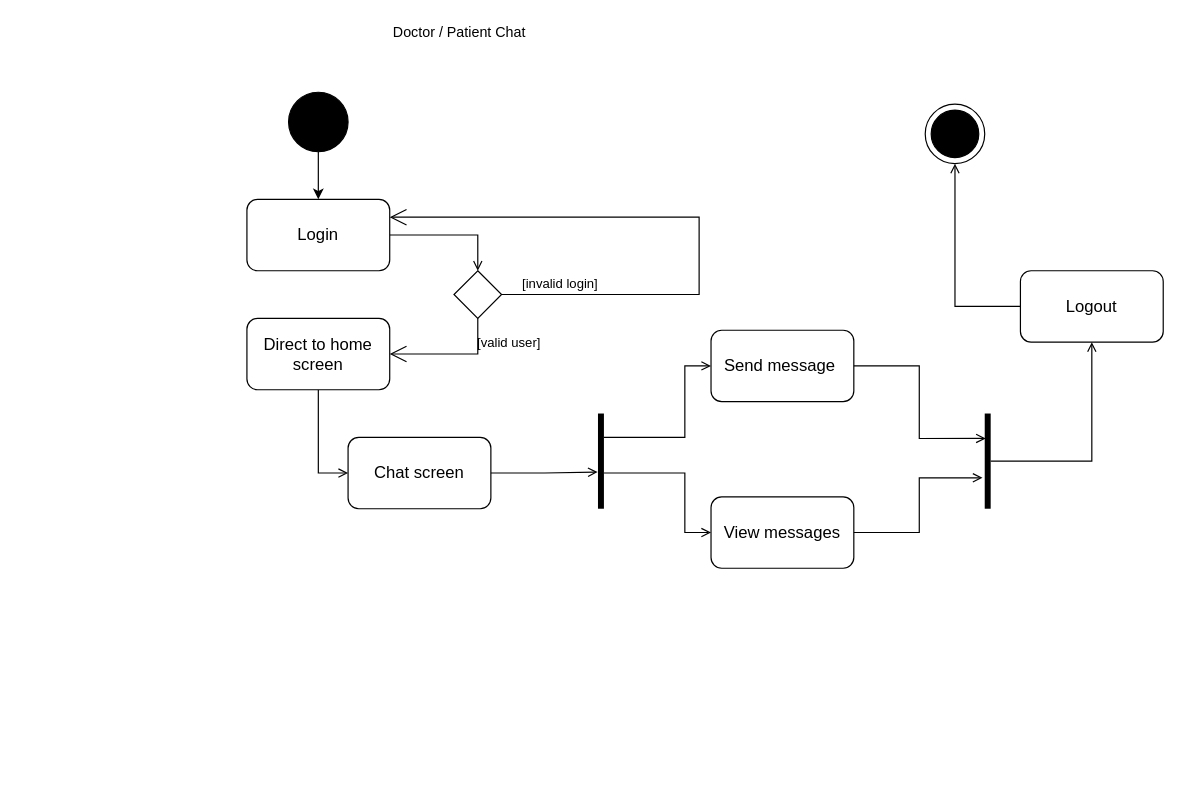
Above: page "activity diagram" (14 of 14) of stqa.drawio in MohitBurkule/doctorconnect (draw.io), before the change. Source tidied: cells renumbered, new cells numbered last; positions are measured from the earlier drawing's top-left corner, leaving out a move shared by most shapes. Both pictures are drawn from the tidied source at 119%, with x=0, y=0 at pixel (246, 20).
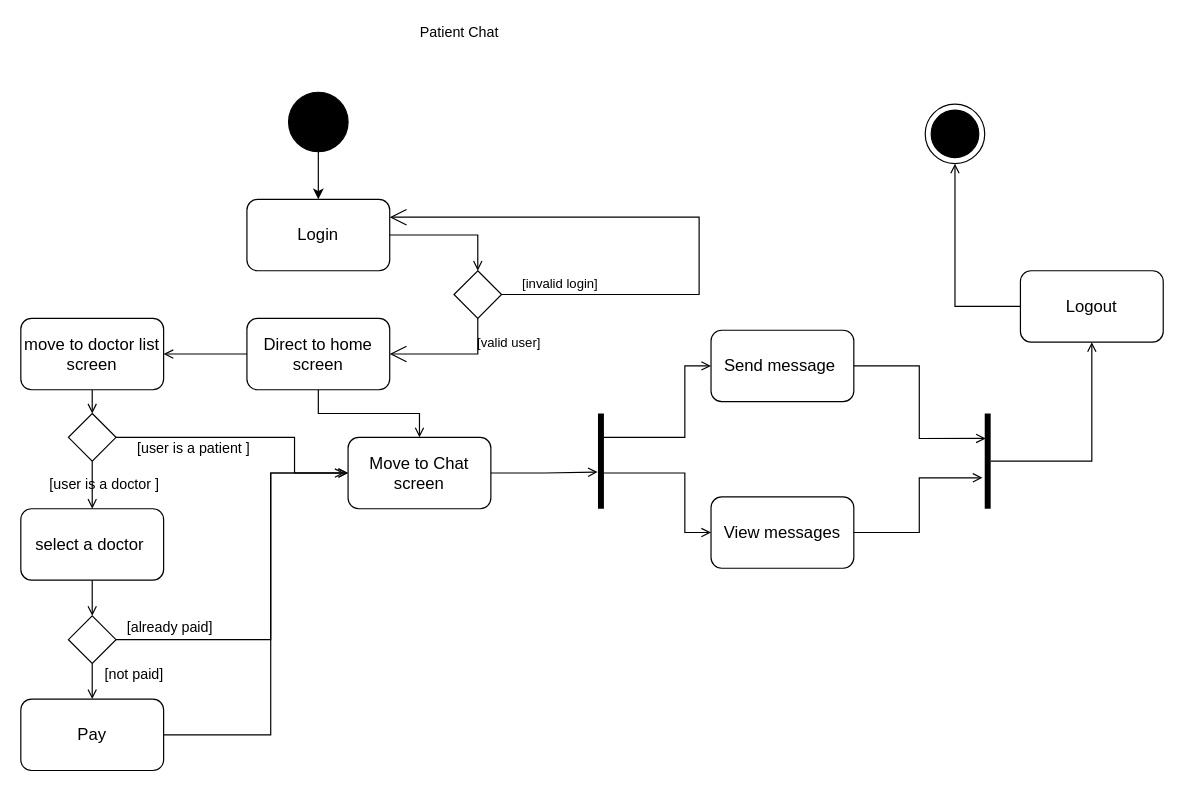
After the change.

The change refers to these unchanged cells:
```xml
<mxCell id="13" value="&lt;font style=&quot;font-size: 14px&quot;&gt;Direct to home screen&lt;/font&gt;" style="rounded=1;whiteSpace=wrap;html=1;" parent="1" vertex="1">
  <mxGeometry y="250" width="120" height="60" as="geometry" />
</mxCell>
```

The edit, as a diff of the source:
```diff
@@
+    <mxCell id="28" style="edgeStyle=orthogonalEdgeStyle;rounded=0;jettySize=auto;html=1;exitX=0;exitY=0.5;exitDx=0;exitDy=0;entryX=1;entryY=0.5;entryDx=0;entryDy=0;endArrow=open;endFill=0;" parent="1" edge="1" source="13" target="30">
+      <mxGeometry relative="1" as="geometry" />
+    </mxCell>
-    <mxCell id="12" style="edgeStyle=orthogonalEdgeStyle;rounded=0;jettySize=auto;html=1;exitX=0.5;exitY=1;exitDx=0;exitDy=0;entryX=0;entryY=0.5;entryDx=0;entryDy=0;endArrow=open;endFill=0;" parent="1" edge="1" source="13" target="14">
+    <mxCell id="12" style="edgeStyle=orthogonalEdgeStyle;rounded=0;jettySize=auto;html=1;exitX=0.5;exitY=1;exitDx=0;exitDy=0;entryX=0.5;entryY=0;entryDx=0;entryDy=0;endArrow=open;endFill=0;" parent="1" edge="1" source="13" target="14">
       <mxGeometry relative="1" as="geometry" />
     </mxCell>
@@
-    <mxCell id="14" value="&lt;font style=&quot;font-size: 14px&quot;&gt;Chat screen&lt;/font&gt;" style="rounded=1;whiteSpace=wrap;html=1;" parent="1" vertex="1">
+    <mxCell id="14" value="&lt;font style=&quot;font-size: 14px&quot;&gt;Move to Chat screen&lt;/font&gt;" style="rounded=1;whiteSpace=wrap;html=1;" parent="1" vertex="1">
       <mxGeometry x="85" y="350" width="120" height="60" as="geometry" />
     </mxCell>
@@
-    <mxCell id="27" value="Doctor / Patient Chat&amp;nbsp;" style="text;html=1;align=center;verticalAlign=middle;" parent="1" vertex="1">
-      <mxGeometry x="115" width="130" height="20" as="geometry" />
+    <mxCell id="27" value="Patient Chat&amp;nbsp;" style="text;html=1;align=center;verticalAlign=middle;" parent="1" vertex="1">
+      <mxGeometry x="140" width="80" height="20" as="geometry" />
     </mxCell>
+    <mxCell id="29" style="edgeStyle=orthogonalEdgeStyle;rounded=0;jettySize=auto;html=1;exitX=0.5;exitY=1;exitDx=0;exitDy=0;entryX=0.5;entryY=0;entryDx=0;entryDy=0;endArrow=open;endFill=0;" parent="1" edge="1" source="30" target="42">
+      <mxGeometry relative="1" as="geometry" />
+    </mxCell>
+    <mxCell id="30" value="&lt;font style=&quot;font-size: 14px&quot;&gt;move to doctor list screen&lt;/font&gt;" style="rounded=1;whiteSpace=wrap;html=1;" parent="1" vertex="1">
+      <mxGeometry x="-190" y="250" width="120" height="60" as="geometry" />
+    </mxCell>
+    <mxCell id="31" style="edgeStyle=orthogonalEdgeStyle;rounded=0;jettySize=auto;html=1;exitX=0.5;exitY=1;exitDx=0;exitDy=0;entryX=0.5;entryY=0;entryDx=0;entryDy=0;endArrow=open;endFill=0;" parent="1" edge="1" source="32" target="35">
+      <mxGeometry relative="1" as="geometry" />
+    </mxCell>
+    <mxCell id="32" value="&lt;font style=&quot;font-size: 14px&quot;&gt;select a doctor&amp;nbsp;&lt;/font&gt;" style="rounded=1;whiteSpace=wrap;html=1;" parent="1" vertex="1">
+      <mxGeometry x="-190" y="410" width="120" height="60" as="geometry" />
+    </mxCell>
+    <mxCell id="33" style="edgeStyle=orthogonalEdgeStyle;rounded=0;jettySize=auto;html=1;exitX=1;exitY=0.5;exitDx=0;exitDy=0;endArrow=open;endFill=0;" parent="1" edge="1" source="35">
+      <mxGeometry relative="1" as="geometry">
+        <mxPoint x="85" y="380" as="targetPoint" />
+        <Array as="points">
+          <mxPoint x="20" y="520" />
+          <mxPoint x="20" y="380" />
+          <mxPoint x="85" y="380" />
+        </Array>
+      </mxGeometry>
+    </mxCell>
+    <mxCell id="34" style="edgeStyle=orthogonalEdgeStyle;rounded=0;jettySize=auto;html=1;exitX=0.5;exitY=1;exitDx=0;exitDy=0;entryX=0.5;entryY=0;entryDx=0;entryDy=0;endArrow=open;endFill=0;" parent="1" edge="1" source="35" target="38">
+      <mxGeometry relative="1" as="geometry" />
+    </mxCell>
+    <mxCell id="35" style="shape=rhombus;html=1;verticalLabelPosition=bottom;verticalAlignment=top;" parent="1" vertex="1">
+      <mxGeometry x="-150" y="500" width="40" height="40" as="geometry" />
+    </mxCell>
+    <mxCell id="36" value="[already paid]" style="text;html=1;align=center;verticalAlign=middle;" parent="1" vertex="1">
+      <mxGeometry x="-110" y="500" width="90" height="20" as="geometry" />
+    </mxCell>
+    <mxCell id="37" style="edgeStyle=orthogonalEdgeStyle;rounded=0;jettySize=auto;html=1;exitX=1;exitY=0.5;exitDx=0;exitDy=0;endArrow=open;endFill=0;" parent="1" edge="1" source="38">
+      <mxGeometry relative="1" as="geometry">
+        <mxPoint x="82" y="380" as="targetPoint" />
+        <Array as="points">
+          <mxPoint x="20" y="600" />
+          <mxPoint x="20" y="380" />
+          <mxPoint x="82" y="380" />
+        </Array>
+      </mxGeometry>
+    </mxCell>
+    <mxCell id="38" value="&lt;font style=&quot;font-size: 14px&quot;&gt;Pay&lt;/font&gt;" style="rounded=1;whiteSpace=wrap;html=1;" parent="1" vertex="1">
+      <mxGeometry x="-190" y="570" width="120" height="60" as="geometry" />
+    </mxCell>
+    <mxCell id="39" value="[not paid]" style="text;html=1;align=center;verticalAlign=middle;" parent="1" vertex="1">
+      <mxGeometry x="-125" y="540" width="60" height="20" as="geometry" />
+    </mxCell>
+    <mxCell id="40" style="edgeStyle=orthogonalEdgeStyle;rounded=0;jettySize=auto;html=1;exitX=0.5;exitY=1;exitDx=0;exitDy=0;entryX=0.5;entryY=0;entryDx=0;entryDy=0;endArrow=open;endFill=0;" parent="1" edge="1" source="42" target="32">
+      <mxGeometry relative="1" as="geometry" />
+    </mxCell>
+    <mxCell id="41" style="edgeStyle=orthogonalEdgeStyle;rounded=0;jettySize=auto;html=1;exitX=1;exitY=0.5;exitDx=0;exitDy=0;entryX=0;entryY=0.5;entryDx=0;entryDy=0;endArrow=open;endFill=0;" parent="1" edge="1" source="42" target="14">
+      <mxGeometry relative="1" as="geometry">
+        <Array as="points">
+          <mxPoint x="40" y="350" />
+          <mxPoint x="40" y="380" />
+        </Array>
+      </mxGeometry>
+    </mxCell>
+    <mxCell id="42" style="shape=rhombus;html=1;verticalLabelPosition=bottom;verticalAlignment=top;" parent="1" vertex="1">
+      <mxGeometry x="-150" y="330" width="40" height="40" as="geometry" />
+    </mxCell>
+    <mxCell id="43" value="[user is a doctor ]" style="text;html=1;align=center;verticalAlign=middle;" parent="1" vertex="1">
+      <mxGeometry x="-175" y="380" width="110" height="20" as="geometry" />
+    </mxCell>
+    <mxCell id="44" value="[user is a patient ]" style="text;html=1;align=center;verticalAlign=middle;" parent="1" vertex="1">
+      <mxGeometry x="-100" y="350" width="110" height="20" as="geometry" />
+    </mxCell>
```
